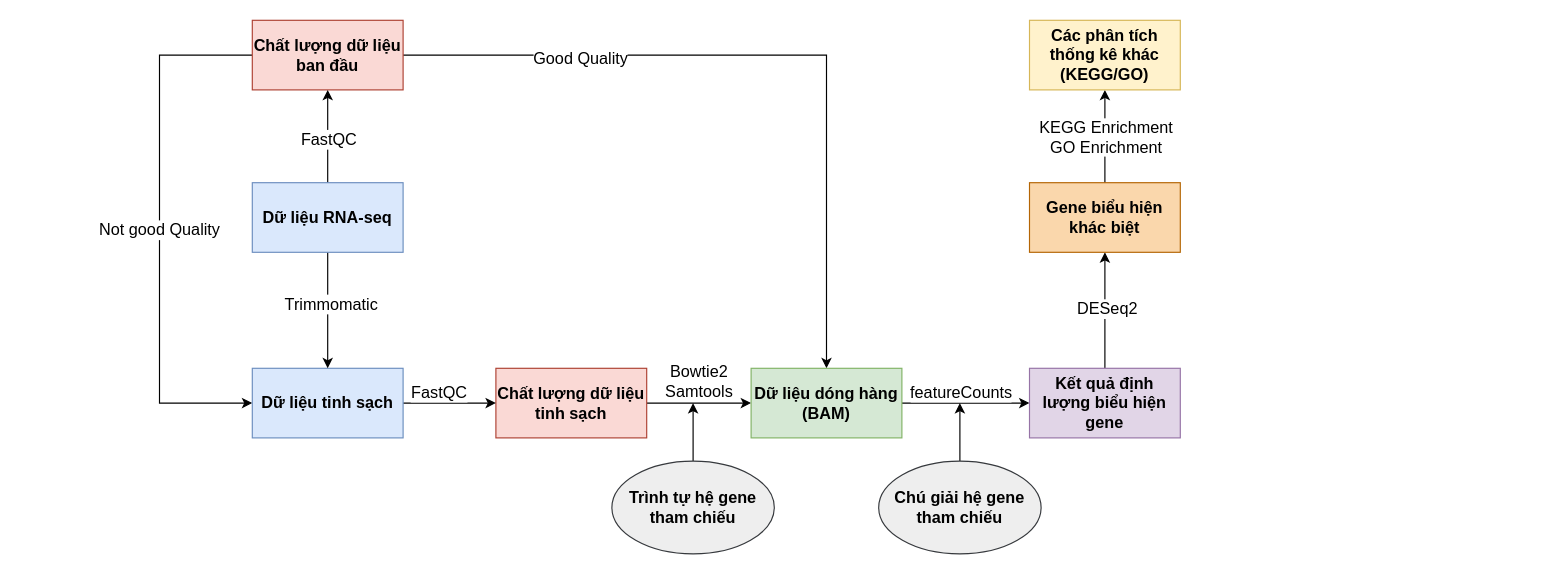
Before: Biểu đồ không có tiêu đề.drawio in Pinballdat/bio-project, a draw.io diagram. Source tidied: cells renumbered, new cells numbered last; positions are measured from the earlier drawing's top-left corner, leaving out a move shared by most shapes. Both pictures are drawn from the tidied source at 116%, with x=0, y=0 at pixel (159, 20).
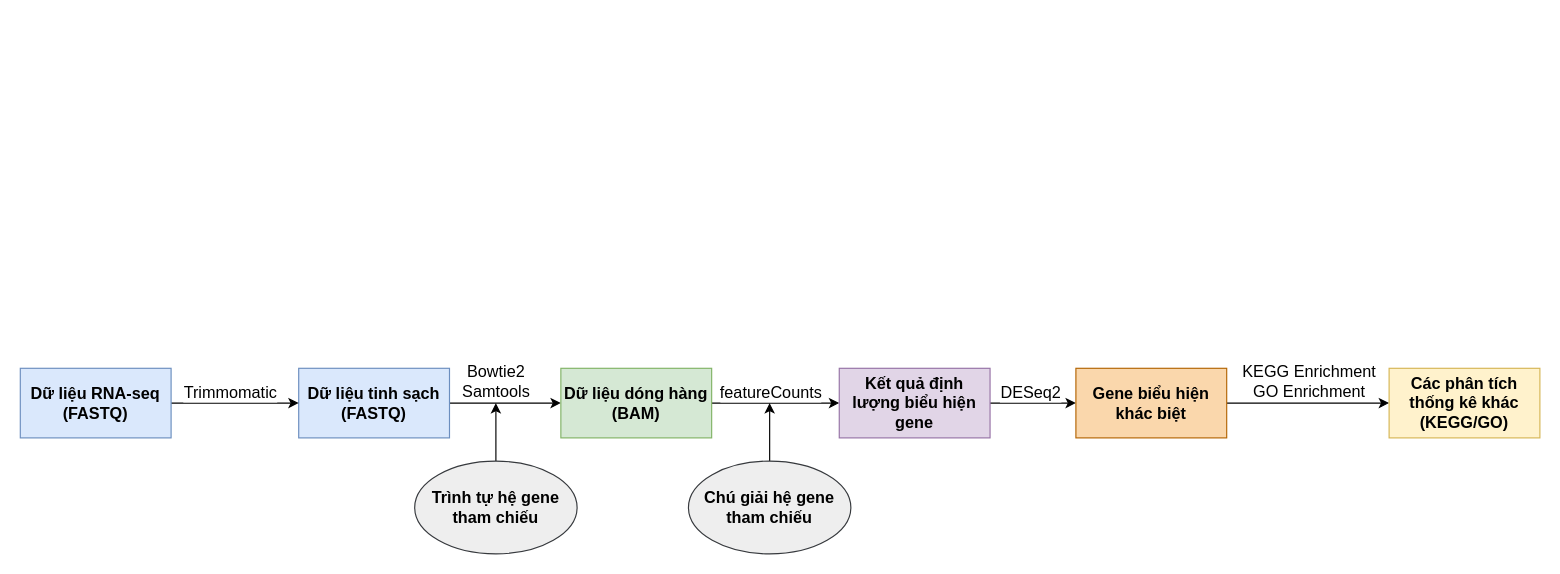
After the change.

The edit, as a diff of the source:
```diff
@@
-    <mxCell id="2" style="edgeStyle=orthogonalEdgeStyle;rounded=0;jettySize=auto;html=1;exitX=1;exitY=0.5;exitDx=0;exitDy=0;" parent="1" edge="1" source="6" target="22">
-      <mxGeometry relative="1" as="geometry" />
-    </mxCell>
-    <mxCell id="3" value="&lt;font style=&quot;font-size: 14px;&quot;&gt;Good Quality&lt;/font&gt;" style="edgeLabel;html=1;align=center;verticalAlign=middle;" parent="2" vertex="1">
-      <mxGeometry x="-0.52" y="-2" relative="1" as="geometry" />
-    </mxCell>
-    <mxCell id="4" style="edgeStyle=orthogonalEdgeStyle;rounded=0;jettySize=auto;html=1;entryX=0;entryY=0.5;entryDx=0;entryDy=0;" parent="1" edge="1" source="6" target="14">
-      <mxGeometry relative="1" as="geometry">
-        <Array as="points">
-          <mxPoint y="30" />
-          <mxPoint y="330" />
-        </Array>
-      </mxGeometry>
-    </mxCell>
-    <mxCell id="5" value="&lt;font style=&quot;font-size: 14px;&quot;&gt;Not good Quality&lt;/font&gt;" style="edgeLabel;html=1;align=center;verticalAlign=middle;" parent="4" vertex="1">
-      <mxGeometry y="-1" relative="1" as="geometry" />
-    </mxCell>
-    <mxCell id="6" value="&lt;font style=&quot;font-size: 14px;&quot;&gt;&lt;font style=&quot;&quot;&gt;Chất&lt;/font&gt; lượng dữ liệu ban đầu&lt;/font&gt;" style="rounded=0;whiteSpace=wrap;html=1;strokeColor=#ae4132;align=center;verticalAlign=middle;fontFamily=Helvetica;fontSize=12;fillColor=#fad9d5;fontStyle=1;" parent="1" vertex="1">
-      <mxGeometry x="80" width="130" height="60" as="geometry" />
-    </mxCell>
-    <mxCell id="7" style="edgeStyle=orthogonalEdgeStyle;rounded=0;jettySize=auto;html=1;" parent="1" edge="1" source="8">
-      <mxGeometry relative="1" as="geometry">
-        <mxPoint x="460" y="330" as="targetPoint" />
-      </mxGeometry>
-    </mxCell>
+    <mxCell id="32" style="edgeStyle=orthogonalEdgeStyle;rounded=0;jettySize=auto;html=1;" parent="1" edge="1" source="8">
+      <mxGeometry relative="1" as="geometry">
+        <mxPoint x="290" y="330" as="targetPoint" />
+      </mxGeometry>
+    </mxCell>
     <mxCell id="8" value="&lt;font style=&quot;font-size: 14px;&quot;&gt;&lt;b&gt;Trình tự hệ gene tham chiếu&lt;/b&gt;&lt;/font&gt;" style="ellipse;whiteSpace=wrap;html=1;fillColor=#eeeeee;strokeColor=#36393d;" parent="1" vertex="1">
-      <mxGeometry x="390" y="380" width="140" height="80" as="geometry" />
+      <mxGeometry x="220" y="380" width="140" height="80" as="geometry" />
     </mxCell>
-    <mxCell id="9" style="edgeStyle=orthogonalEdgeStyle;rounded=0;jettySize=auto;html=1;entryX=0;entryY=0.5;entryDx=0;entryDy=0;" parent="1" edge="1" source="11" target="22">
-      <mxGeometry relative="1" as="geometry" />
-    </mxCell>
-    <mxCell id="10" value="&lt;font style=&quot;font-size: 14px;&quot;&gt;Bowtie2&lt;/font&gt;&lt;div&gt;&lt;font style=&quot;font-size: 14px;&quot;&gt;S&lt;/font&gt;&lt;span style=&quot;font-size: 14px;&quot;&gt;amtools&lt;/span&gt;&lt;/div&gt;" style="edgeLabel;html=1;align=center;verticalAlign=middle;" parent="9" vertex="1">
-      <mxGeometry x="-0.02" y="-2" relative="1" as="geometry">
-        <mxPoint y="-22" as="offset" />
-      </mxGeometry>
-    </mxCell>
-    <mxCell id="11" value="&lt;font style=&quot;font-size: 14px;&quot;&gt;&lt;font style=&quot;&quot;&gt;&lt;b&gt;Chất lượng dữ liệu tinh sạch&lt;/b&gt;&lt;/font&gt;&lt;/font&gt;" style="rounded=0;whiteSpace=wrap;html=1;strokeColor=#ae4132;align=center;verticalAlign=middle;fontFamily=Helvetica;fontSize=12;fillColor=#fad9d5;" parent="1" vertex="1">
-      <mxGeometry x="290" y="300" width="130" height="60" as="geometry" />
-    </mxCell>
-    <mxCell id="12" style="edgeStyle=orthogonalEdgeStyle;rounded=0;jettySize=auto;html=1;exitX=1;exitY=0.5;exitDx=0;exitDy=0;" parent="1" edge="1" source="14" target="11">
-      <mxGeometry relative="1" as="geometry" />
-    </mxCell>
-    <mxCell id="13" value="&lt;font style=&quot;font-size: 14px;&quot;&gt;FastQC&lt;/font&gt;" style="edgeLabel;html=1;align=center;verticalAlign=middle;" parent="12" vertex="1">
-      <mxGeometry x="0.03" y="1" relative="1" as="geometry">
-        <mxPoint x="-11" y="-9" as="offset" />
-      </mxGeometry>
-    </mxCell>
+    <mxCell id="33" style="edgeStyle=orthogonalEdgeStyle;rounded=0;jettySize=auto;html=1;exitX=1;exitY=0.5;exitDx=0;exitDy=0;entryX=0;entryY=0.5;entryDx=0;entryDy=0;" parent="1" edge="1" source="14" target="22">
+      <mxGeometry relative="1" as="geometry" />
+    </mxCell>
+    <mxCell id="34" value="&lt;font style=&quot;font-size: 14px;&quot;&gt;Bowtie2&lt;/font&gt;&lt;div&gt;&lt;font style=&quot;font-size: 14px;&quot;&gt;Samtools&lt;/font&gt;&lt;/div&gt;" style="edgeLabel;html=1;align=center;verticalAlign=middle;" parent="33" vertex="1">
+      <mxGeometry x="-0.08" y="2" relative="1" as="geometry">
+        <mxPoint x="-5" y="-18" as="offset" />
+      </mxGeometry>
+    </mxCell>
-    <mxCell id="14" value="&lt;font style=&quot;font-size: 14px;&quot;&gt;&lt;font style=&quot;&quot;&gt;&lt;b&gt;Dữ liệu tinh sạch&lt;/b&gt;&lt;/font&gt;&lt;/font&gt;" style="rounded=0;whiteSpace=wrap;html=1;strokeColor=#6c8ebf;align=center;verticalAlign=middle;fontFamily=Helvetica;fontSize=12;fillColor=#dae8fc;" parent="1" vertex="1">
-      <mxGeometry x="80" y="300" width="130" height="60" as="geometry" />
+    <mxCell id="14" value="&lt;font style=&quot;font-size: 14px;&quot;&gt;&lt;font style=&quot;&quot;&gt;&lt;b&gt;Dữ liệu tinh sạch (FASTQ)&lt;/b&gt;&lt;/font&gt;&lt;/font&gt;" style="rounded=0;whiteSpace=wrap;html=1;strokeColor=#6c8ebf;align=center;verticalAlign=middle;fontFamily=Helvetica;fontSize=12;fillColor=#dae8fc;" parent="1" vertex="1">
+      <mxGeometry x="120" y="300" width="130" height="60" as="geometry" />
     </mxCell>
-    <mxCell id="15" style="edgeStyle=orthogonalEdgeStyle;rounded=0;jettySize=auto;html=1;exitX=0.5;exitY=1;exitDx=0;exitDy=0;" parent="1" edge="1" source="19" target="14">
-      <mxGeometry relative="1" as="geometry" />
-    </mxCell>
-    <mxCell id="16" value="&lt;font style=&quot;font-size: 14px;&quot;&gt;Trimmomatic&lt;/font&gt;" style="edgeLabel;html=1;align=center;verticalAlign=middle;" parent="15" vertex="1">
-      <mxGeometry x="-0.12" y="2" relative="1" as="geometry" />
-    </mxCell>
-    <mxCell id="17" style="edgeStyle=orthogonalEdgeStyle;rounded=0;jettySize=auto;html=1;entryX=0.5;entryY=1;entryDx=0;entryDy=0;" parent="1" edge="1" source="19" target="6">
-      <mxGeometry relative="1" as="geometry">
-        <Array as="points">
-          <mxPoint x="145" y="180" />
-        </Array>
-      </mxGeometry>
-    </mxCell>
-    <mxCell id="18" value="&lt;font style=&quot;font-size: 14px;&quot;&gt;FastQC&lt;/font&gt;" style="edgeLabel;html=1;align=center;verticalAlign=middle;" parent="17" vertex="1">
-      <mxGeometry x="-0.05" relative="1" as="geometry" />
-    </mxCell>
-    <mxCell id="19" value="&lt;font style=&quot;font-size: 14px;&quot;&gt;&lt;font style=&quot;&quot;&gt;&lt;b&gt;Dữ liệu RNA-seq&lt;/b&gt;&lt;/font&gt;&lt;/font&gt;" style="rounded=0;whiteSpace=wrap;html=1;strokeColor=#6c8ebf;align=center;verticalAlign=middle;fontFamily=Helvetica;fontSize=12;fillColor=#dae8fc;" parent="1" vertex="1">
-      <mxGeometry x="80" y="140" width="130" height="60" as="geometry" />
-    </mxCell>
@@
     <mxCell id="22" value="&lt;span style=&quot;font-size: 14px;&quot;&gt;&lt;b&gt;Dữ liệu dóng hàng (BAM)&lt;/b&gt;&lt;/span&gt;" style="rounded=0;whiteSpace=wrap;html=1;strokeColor=#82b366;align=center;verticalAlign=middle;fontFamily=Helvetica;fontSize=12;fillColor=#d5e8d4;" parent="1" vertex="1">
-      <mxGeometry x="510" y="300" width="130" height="60" as="geometry" />
+      <mxGeometry x="346" y="300" width="130" height="60" as="geometry" />
     </mxCell>
-    <mxCell id="23" style="edgeStyle=orthogonalEdgeStyle;rounded=0;jettySize=auto;html=1;entryX=0.5;entryY=1;entryDx=0;entryDy=0;" parent="1" edge="1" source="25" target="30">
+    <mxCell id="23" style="edgeStyle=orthogonalEdgeStyle;rounded=0;jettySize=auto;html=1;entryX=0;entryY=0.5;entryDx=0;entryDy=0;" parent="1" edge="1" source="25" target="30">
       <mxGeometry relative="1" as="geometry" />
     </mxCell>
     <mxCell id="24" value="&lt;font style=&quot;font-size: 14px;&quot;&gt;DESeq2&lt;/font&gt;" style="edgeLabel;html=1;align=center;verticalAlign=middle;" parent="23" vertex="1">
-      <mxGeometry x="0.04" y="-1" relative="1" as="geometry" />
+      <mxGeometry x="0.04" y="-1" relative="1" as="geometry">
+        <mxPoint x="-4" y="-11" as="offset" />
+      </mxGeometry>
     </mxCell>
     <mxCell id="25" value="&lt;span style=&quot;font-size: 14px;&quot;&gt;&lt;b&gt;Kết quả định lượng biểu hiện gene&lt;/b&gt;&lt;/span&gt;" style="rounded=0;whiteSpace=wrap;html=1;strokeColor=#9673a6;align=center;verticalAlign=middle;fontFamily=Helvetica;fontSize=12;fillColor=#e1d5e7;" parent="1" vertex="1">
-      <mxGeometry x="750" y="300" width="130" height="60" as="geometry" />
+      <mxGeometry x="586" y="300" width="130" height="60" as="geometry" />
     </mxCell>
     <mxCell id="26" style="edgeStyle=orthogonalEdgeStyle;rounded=0;jettySize=auto;html=1;" parent="1" edge="1" source="27">
       <mxGeometry relative="1" as="geometry">
-        <mxPoint x="690" y="330" as="targetPoint" />
+        <mxPoint x="526" y="330" as="targetPoint" />
       </mxGeometry>
     </mxCell>
     <mxCell id="27" value="&lt;font style=&quot;font-size: 14px;&quot;&gt;&lt;b&gt;Chú giải hệ gene tham chiếu&lt;/b&gt;&lt;/font&gt;" style="ellipse;whiteSpace=wrap;html=1;fillColor=#eeeeee;strokeColor=#36393d;" parent="1" vertex="1">
-      <mxGeometry x="620" y="380" width="140" height="80" as="geometry" />
+      <mxGeometry x="456" y="380" width="140" height="80" as="geometry" />
     </mxCell>
-    <mxCell id="28" style="edgeStyle=orthogonalEdgeStyle;rounded=0;jettySize=auto;html=1;entryX=0.5;entryY=1;entryDx=0;entryDy=0;" parent="1" edge="1" source="30" target="31">
+    <mxCell id="28" style="edgeStyle=orthogonalEdgeStyle;rounded=0;jettySize=auto;html=1;entryX=0;entryY=0.5;entryDx=0;entryDy=0;" parent="1" edge="1" source="30" target="31">
       <mxGeometry relative="1" as="geometry" />
     </mxCell>
     <mxCell id="29" value="&lt;font style=&quot;font-size: 14px;&quot;&gt;KEGG Enrichment&lt;/font&gt;&lt;div&gt;&lt;font style=&quot;font-size: 14px;&quot;&gt;GO Enrichment&lt;/font&gt;&lt;/div&gt;" style="edgeLabel;html=1;align=center;verticalAlign=middle;" parent="28" vertex="1">
       <mxGeometry y="1" relative="1" as="geometry">
-        <mxPoint x="1" as="offset" />
+        <mxPoint y="-19" as="offset" />
       </mxGeometry>
     </mxCell>
     <mxCell id="30" value="&lt;span style=&quot;font-size: 14px;&quot;&gt;&lt;b&gt;Gene biểu hiện khác biệt&lt;/b&gt;&lt;/span&gt;" style="rounded=0;whiteSpace=wrap;html=1;strokeColor=#b46504;align=center;verticalAlign=middle;fontFamily=Helvetica;fontSize=12;fillColor=#fad7ac;" parent="1" vertex="1">
-      <mxGeometry x="750" y="140" width="130" height="60" as="geometry" />
+      <mxGeometry x="790" y="300" width="130" height="60" as="geometry" />
     </mxCell>
     <mxCell id="31" value="&lt;span style=&quot;font-size: 14px;&quot;&gt;&lt;b&gt;Các phân tích thống kê khác (KEGG/GO)&lt;/b&gt;&lt;/span&gt;" style="rounded=0;whiteSpace=wrap;html=1;strokeColor=#d6b656;align=center;verticalAlign=middle;fontFamily=Helvetica;fontSize=12;fillColor=#fff2cc;" parent="1" vertex="1">
-      <mxGeometry x="750" width="130" height="60" as="geometry" />
+      <mxGeometry x="1060" y="300" width="130" height="60" as="geometry" />
     </mxCell>
+    <mxCell id="35" style="edgeStyle=orthogonalEdgeStyle;rounded=0;jettySize=auto;html=1;entryX=0;entryY=0.5;entryDx=0;entryDy=0;" parent="1" edge="1" source="36" target="14">
+      <mxGeometry relative="1" as="geometry" />
+    </mxCell>
+    <mxCell id="16" value="&lt;font style=&quot;font-size: 14px;&quot;&gt;Trimmomatic&lt;/font&gt;" style="edgeLabel;html=1;align=center;verticalAlign=middle;" parent="35" vertex="1">
+      <mxGeometry x="0.02" relative="1" as="geometry">
+        <mxPoint x="-6" y="-10" as="offset" />
+      </mxGeometry>
+    </mxCell>
+    <mxCell id="36" value="&lt;font style=&quot;font-size: 14px;&quot;&gt;&lt;font style=&quot;&quot;&gt;&lt;b&gt;Dữ liệu RNA-seq (FASTQ)&lt;/b&gt;&lt;/font&gt;&lt;/font&gt;" style="rounded=0;whiteSpace=wrap;html=1;strokeColor=#6c8ebf;align=center;verticalAlign=middle;fontFamily=Helvetica;fontSize=12;fillColor=#dae8fc;" parent="1" vertex="1">
+      <mxGeometry x="-120" y="300" width="130" height="60" as="geometry" />
+    </mxCell>
```
